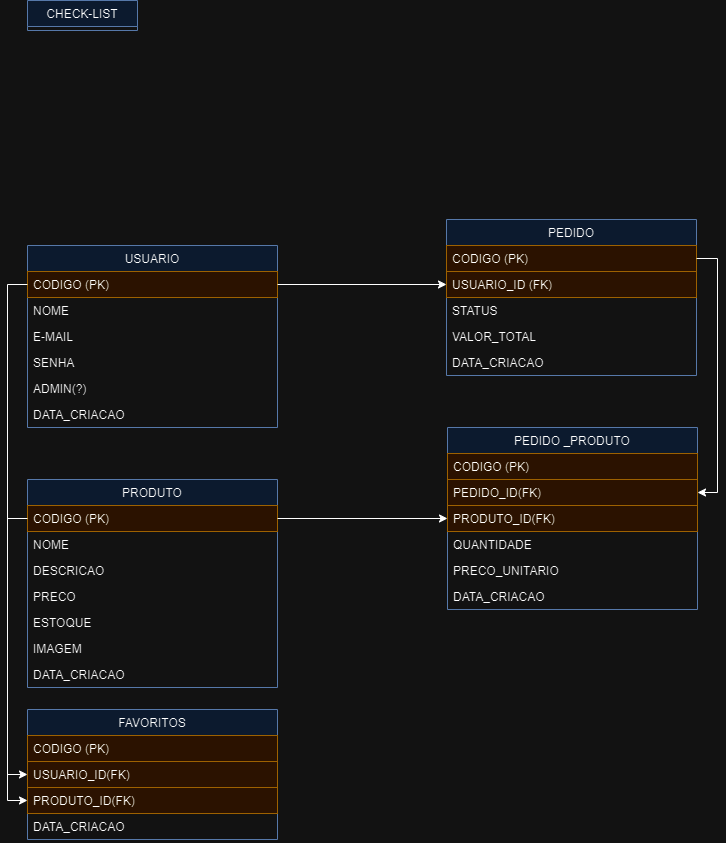
Before: backend/src/database/MODELO-BASE-DE-DADOS.png, a diagram exported from draw.io (CesarDanilo/ecommerce). Source tidied: cells renumbered, new cells last; positions are measured from the earlier drawing's top-left corner, leaving out a move shared by most shapes. The source it was exported from:
```xml
<mxGraphModel>
  <root>
    <mxCell id="0" />
    <mxCell id="1" parent="0" />
    <mxCell id="2" value="CHECK-LIST" style="swimlane;fontStyle=0;horizontal=1;startSize=26;rounded=0;fillColor=#dae8fc;strokeColor=#6c8ebf;" parent="1" vertex="1" collapsed="1">
      <mxGeometry width="110" height="30" as="geometry" />
    </mxCell>
    <mxCell id="3" value="USUARIO" style="swimlane;fontStyle=0;horizontal=1;startSize=26;rounded=0;fillColor=#dae8fc;strokeColor=#6c8ebf;" parent="1" vertex="1">
      <mxGeometry y="245" width="250" height="182" as="geometry" />
    </mxCell>
    <mxCell id="4" value="CODIGO (PK)" style="text;strokeColor=#d79b00;fillColor=#ffe6cc;align=left;verticalAlign=top;spacingLeft=4;spacingRight=4;overflow=hidden;points=[[0,0.5],[1,0.5]];portConstraint=eastwest;rounded=0;" parent="3" vertex="1">
      <mxGeometry y="26" width="250" height="26" as="geometry" />
    </mxCell>
    <mxCell id="5" value="NOME" style="text;align=left;verticalAlign=top;spacingLeft=4;spacingRight=4;overflow=hidden;rounded=0;" parent="3" vertex="1">
      <mxGeometry y="52" width="250" height="26" as="geometry" />
    </mxCell>
    <mxCell id="6" value="E-MAIL" style="text;align=left;verticalAlign=top;spacingLeft=4;spacingRight=4;overflow=hidden;rounded=0;" parent="3" vertex="1">
      <mxGeometry y="78" width="250" height="26" as="geometry" />
    </mxCell>
    <mxCell id="7" value="SENHA" style="text;align=left;verticalAlign=top;spacingLeft=4;spacingRight=4;overflow=hidden;rounded=0;" parent="3" vertex="1">
      <mxGeometry y="104" width="250" height="26" as="geometry" />
    </mxCell>
    <mxCell id="8" value="ADMIN(?)" style="text;align=left;verticalAlign=top;spacingLeft=4;spacingRight=4;overflow=hidden;rounded=0;" parent="3" vertex="1">
      <mxGeometry y="130" width="250" height="26" as="geometry" />
    </mxCell>
    <mxCell id="9" value="DATA_CRIACAO" style="text;align=left;verticalAlign=top;spacingLeft=4;spacingRight=4;overflow=hidden;rounded=0;" parent="3" vertex="1">
      <mxGeometry y="156" width="250" height="26" as="geometry" />
    </mxCell>
    <mxCell id="10" value="PRODUTO" style="swimlane;fontStyle=0;horizontal=1;startSize=26;rounded=0;fillColor=#dae8fc;strokeColor=#6c8ebf;" parent="1" vertex="1">
      <mxGeometry y="479" width="250" height="208" as="geometry" />
    </mxCell>
    <mxCell id="11" value="CODIGO (PK)" style="text;strokeColor=#d79b00;fillColor=#ffe6cc;align=left;verticalAlign=top;spacingLeft=4;spacingRight=4;overflow=hidden;points=[[0,0.5],[1,0.5]];portConstraint=eastwest;rounded=0;" parent="10" vertex="1">
      <mxGeometry y="26" width="250" height="26" as="geometry" />
    </mxCell>
    <mxCell id="12" value="NOME" style="text;align=left;verticalAlign=top;spacingLeft=4;spacingRight=4;overflow=hidden;rounded=0;" parent="10" vertex="1">
      <mxGeometry y="52" width="250" height="26" as="geometry" />
    </mxCell>
    <mxCell id="13" value="DESCRICAO" style="text;align=left;verticalAlign=top;spacingLeft=4;spacingRight=4;overflow=hidden;rounded=0;" parent="10" vertex="1">
      <mxGeometry y="78" width="250" height="26" as="geometry" />
    </mxCell>
    <mxCell id="14" value="PRECO" style="text;align=left;verticalAlign=top;spacingLeft=4;spacingRight=4;overflow=hidden;rounded=0;" parent="10" vertex="1">
      <mxGeometry y="104" width="250" height="26" as="geometry" />
    </mxCell>
    <mxCell id="15" value="ESTOQUE" style="text;align=left;verticalAlign=top;spacingLeft=4;spacingRight=4;overflow=hidden;rounded=0;" parent="10" vertex="1">
      <mxGeometry y="130" width="250" height="26" as="geometry" />
    </mxCell>
    <mxCell id="16" value="IMAGEM&#10;" style="text;align=left;verticalAlign=top;spacingLeft=4;spacingRight=4;overflow=hidden;rounded=0;" parent="10" vertex="1">
      <mxGeometry y="156" width="250" height="26" as="geometry" />
    </mxCell>
    <mxCell id="17" value="DATA_CRIACAO" style="text;align=left;verticalAlign=top;spacingLeft=4;spacingRight=4;overflow=hidden;rounded=0;" parent="10" vertex="1">
      <mxGeometry y="182" width="250" height="26" as="geometry" />
    </mxCell>
    <mxCell id="18" value="PEDIDO" style="swimlane;fontStyle=0;horizontal=1;startSize=26;rounded=0;fillColor=#dae8fc;strokeColor=#6c8ebf;" parent="1" vertex="1">
      <mxGeometry x="419" y="219" width="250" height="156" as="geometry" />
    </mxCell>
    <mxCell id="19" value="CODIGO (PK)" style="text;strokeColor=#d79b00;fillColor=#ffe6cc;align=left;verticalAlign=top;spacingLeft=4;spacingRight=4;overflow=hidden;points=[[0,0.5],[1,0.5]];portConstraint=eastwest;rounded=0;" parent="18" vertex="1">
      <mxGeometry y="26" width="250" height="26" as="geometry" />
    </mxCell>
    <mxCell id="20" value="USUARIO_ID (FK)" style="text;strokeColor=#d79b00;fillColor=#ffe6cc;align=left;verticalAlign=top;spacingLeft=4;spacingRight=4;overflow=hidden;points=[[0,0.5],[1,0.5]];portConstraint=eastwest;rounded=0;" parent="18" vertex="1">
      <mxGeometry y="52" width="250" height="26" as="geometry" />
    </mxCell>
    <mxCell id="21" value="STATUS" style="text;align=left;verticalAlign=top;spacingLeft=4;spacingRight=4;overflow=hidden;rounded=0;" parent="18" vertex="1">
      <mxGeometry y="78" width="250" height="26" as="geometry" />
    </mxCell>
    <mxCell id="22" value="VALOR_TOTAL" style="text;align=left;verticalAlign=top;spacingLeft=4;spacingRight=4;overflow=hidden;rounded=0;" parent="18" vertex="1">
      <mxGeometry y="104" width="250" height="26" as="geometry" />
    </mxCell>
    <mxCell id="23" value="DATA_CRIACAO" style="text;align=left;verticalAlign=top;spacingLeft=4;spacingRight=4;overflow=hidden;rounded=0;" parent="18" vertex="1">
      <mxGeometry y="130" width="250" height="26" as="geometry" />
    </mxCell>
    <mxCell id="24" value="PEDIDO _PRODUTO" style="swimlane;fontStyle=0;horizontal=1;startSize=26;rounded=0;fillColor=#dae8fc;strokeColor=#6c8ebf;" parent="1" vertex="1">
      <mxGeometry x="420" y="427" width="250" height="182" as="geometry" />
    </mxCell>
    <mxCell id="25" value="CODIGO (PK)" style="text;strokeColor=#d79b00;fillColor=#ffe6cc;align=left;verticalAlign=top;spacingLeft=4;spacingRight=4;overflow=hidden;rounded=0;" parent="24" vertex="1">
      <mxGeometry y="26" width="250" height="26" as="geometry" />
    </mxCell>
    <mxCell id="26" value="PEDIDO_ID(FK)" style="text;strokeColor=#d79b00;fillColor=#ffe6cc;align=left;verticalAlign=top;spacingLeft=4;spacingRight=4;overflow=hidden;points=[[0,0.5],[1,0.5]];portConstraint=eastwest;rounded=0;" parent="24" vertex="1">
      <mxGeometry y="52" width="250" height="26" as="geometry" />
    </mxCell>
    <mxCell id="27" value="PRODUTO_ID(FK)" style="text;strokeColor=#d79b00;fillColor=#ffe6cc;align=left;verticalAlign=top;spacingLeft=4;spacingRight=4;overflow=hidden;rounded=0;" parent="24" vertex="1">
      <mxGeometry y="78" width="250" height="26" as="geometry" />
    </mxCell>
    <mxCell id="28" value="QUANTIDADE" style="text;align=left;verticalAlign=top;spacingLeft=4;spacingRight=4;overflow=hidden;rounded=0;" parent="24" vertex="1">
      <mxGeometry y="104" width="250" height="26" as="geometry" />
    </mxCell>
    <mxCell id="29" value="PRECO_UNITARIO" style="text;align=left;verticalAlign=top;spacingLeft=4;spacingRight=4;overflow=hidden;rounded=0;" parent="24" vertex="1">
      <mxGeometry y="130" width="250" height="26" as="geometry" />
    </mxCell>
    <mxCell id="30" value="DATA_CRIACAO" style="text;align=left;verticalAlign=top;spacingLeft=4;spacingRight=4;overflow=hidden;rounded=0;" parent="24" vertex="1">
      <mxGeometry y="156" width="250" height="26" as="geometry" />
    </mxCell>
    <mxCell id="31" style="edgeStyle=orthogonalEdgeStyle;rounded=0;jettySize=auto;html=1;entryX=0;entryY=0.5;entryDx=0;entryDy=0;" parent="1" edge="1" source="4" target="20">
      <mxGeometry relative="1" as="geometry" />
    </mxCell>
    <mxCell id="32" style="edgeStyle=orthogonalEdgeStyle;rounded=0;jettySize=auto;html=1;entryX=0;entryY=0.5;entryDx=0;entryDy=0;" parent="1" edge="1" source="11" target="24">
      <mxGeometry relative="1" as="geometry" />
    </mxCell>
    <mxCell id="33" style="edgeStyle=orthogonalEdgeStyle;rounded=0;jettySize=auto;html=1;entryX=1;entryY=0.5;entryDx=0;entryDy=0;" parent="1" edge="1" source="19" target="26">
      <mxGeometry relative="1" as="geometry" />
    </mxCell>
    <mxCell id="34" value="FAVORITOS" style="swimlane;fontStyle=0;horizontal=1;startSize=26;rounded=0;fillColor=#dae8fc;strokeColor=#6c8ebf;" parent="1" vertex="1">
      <mxGeometry y="709" width="250" height="130" as="geometry" />
    </mxCell>
    <mxCell id="35" value="CODIGO (PK)" style="text;strokeColor=#d79b00;fillColor=#ffe6cc;align=left;verticalAlign=top;spacingLeft=4;spacingRight=4;overflow=hidden;rounded=0;" parent="34" vertex="1">
      <mxGeometry y="26" width="250" height="26" as="geometry" />
    </mxCell>
    <mxCell id="36" value="USUARIO_ID(FK)" style="text;strokeColor=#d79b00;fillColor=#ffe6cc;align=left;verticalAlign=top;spacingLeft=4;spacingRight=4;overflow=hidden;rounded=0;" parent="34" vertex="1">
      <mxGeometry y="52" width="250" height="26" as="geometry" />
    </mxCell>
    <mxCell id="37" value="PRODUTO_ID(FK)" style="text;strokeColor=#d79b00;fillColor=#ffe6cc;align=left;verticalAlign=top;spacingLeft=4;spacingRight=4;overflow=hidden;points=[[0,0.5],[1,0.5]];portConstraint=eastwest;rounded=0;" parent="34" vertex="1">
      <mxGeometry y="78" width="250" height="26" as="geometry" />
    </mxCell>
    <mxCell id="38" value="DATA_CRIACAO" style="text;align=left;verticalAlign=top;spacingLeft=4;spacingRight=4;overflow=hidden;rounded=0;" parent="34" vertex="1">
      <mxGeometry y="104" width="250" height="26" as="geometry" />
    </mxCell>
    <mxCell id="39" style="edgeStyle=orthogonalEdgeStyle;rounded=0;jettySize=auto;html=1;entryX=0;entryY=0.5;entryDx=0;entryDy=0;" parent="1" edge="1" source="11" target="37">
      <mxGeometry relative="1" as="geometry" />
    </mxCell>
    <mxCell id="40" style="edgeStyle=orthogonalEdgeStyle;rounded=0;jettySize=auto;html=1;entryX=0;entryY=0.5;entryDx=0;entryDy=0;" parent="1" edge="1" source="4" target="34">
      <mxGeometry relative="1" as="geometry" />
    </mxCell>
  </root>
</mxGraphModel>
```
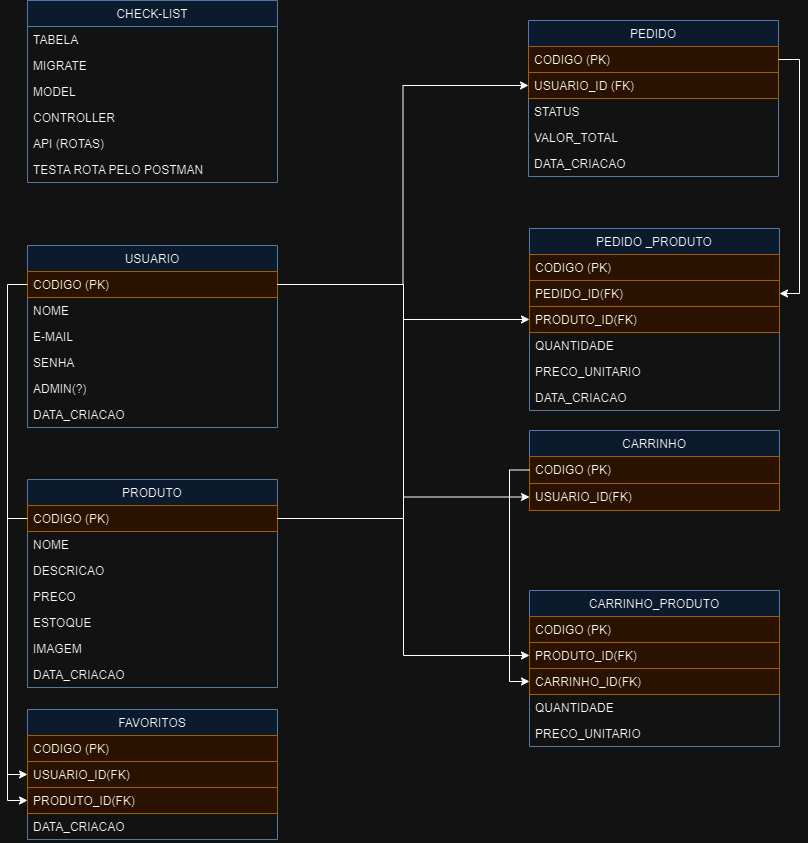
Later version of the same file.

Change to the diagram source:
```diff
@@ -2,9 +2,27 @@
   <root>
     <mxCell id="0" />
     <mxCell id="1" parent="0" />
-    <mxCell id="2" value="CHECK-LIST" style="swimlane;fontStyle=0;horizontal=1;startSize=26;rounded=0;fillColor=#dae8fc;strokeColor=#6c8ebf;" parent="1" vertex="1" collapsed="1">
-      <mxGeometry width="110" height="30" as="geometry" />
+    <mxCell id="2" value="CHECK-LIST" style="swimlane;fontStyle=0;horizontal=1;startSize=26;rounded=0;fillColor=#dae8fc;strokeColor=#6c8ebf;" parent="1" vertex="1">
+      <mxGeometry width="250" height="182" as="geometry" />
     </mxCell>
+    <mxCell id="41" value="TABELA" style="text;align=left;verticalAlign=top;spacingLeft=4;spacingRight=4;overflow=hidden;rounded=0;" parent="2" vertex="1">
+      <mxGeometry y="26" width="250" height="26" as="geometry" />
+    </mxCell>
+    <mxCell id="42" value="MIGRATE" style="text;align=left;verticalAlign=top;spacingLeft=4;spacingRight=4;overflow=hidden;rounded=0;" parent="2" vertex="1">
+      <mxGeometry y="52" width="250" height="26" as="geometry" />
+    </mxCell>
+    <mxCell id="43" value="MODEL" style="text;align=left;verticalAlign=top;spacingLeft=4;spacingRight=4;overflow=hidden;rounded=0;" parent="2" vertex="1">
+      <mxGeometry y="78" width="250" height="26" as="geometry" />
+    </mxCell>
+    <mxCell id="44" value="CONTROLLER" style="text;align=left;verticalAlign=top;spacingLeft=4;spacingRight=4;overflow=hidden;rounded=0;" parent="2" vertex="1">
+      <mxGeometry y="104" width="250" height="26" as="geometry" />
+    </mxCell>
+    <mxCell id="45" value="API (ROTAS)" style="text;align=left;verticalAlign=top;spacingLeft=4;spacingRight=4;overflow=hidden;rounded=0;" parent="2" vertex="1">
+      <mxGeometry y="130" width="250" height="26" as="geometry" />
+    </mxCell>
+    <mxCell id="46" value="TESTA ROTA PELO POSTMAN" style="text;align=left;verticalAlign=top;spacingLeft=4;spacingRight=4;overflow=hidden;rounded=0;" parent="2" vertex="1">
+      <mxGeometry y="156" width="250" height="26" as="geometry" />
+    </mxCell>
     <mxCell id="3" value="USUARIO" style="swimlane;fontStyle=0;horizontal=1;startSize=26;rounded=0;fillColor=#dae8fc;strokeColor=#6c8ebf;" parent="1" vertex="1">
       <mxGeometry y="245" width="250" height="182" as="geometry" />
     </mxCell>
@@ -51,7 +69,7 @@
       <mxGeometry y="182" width="250" height="26" as="geometry" />
     </mxCell>
     <mxCell id="18" value="PEDIDO" style="swimlane;fontStyle=0;horizontal=1;startSize=26;rounded=0;fillColor=#dae8fc;strokeColor=#6c8ebf;" parent="1" vertex="1">
-      <mxGeometry x="419" y="219" width="250" height="156" as="geometry" />
+      <mxGeometry x="501" y="20" width="250" height="156" as="geometry" />
     </mxCell>
     <mxCell id="19" value="CODIGO (PK)" style="text;strokeColor=#d79b00;fillColor=#ffe6cc;align=left;verticalAlign=top;spacingLeft=4;spacingRight=4;overflow=hidden;points=[[0,0.5],[1,0.5]];portConstraint=eastwest;rounded=0;" parent="18" vertex="1">
       <mxGeometry y="26" width="250" height="26" as="geometry" />
@@ -69,7 +87,7 @@
       <mxGeometry y="130" width="250" height="26" as="geometry" />
     </mxCell>
     <mxCell id="24" value="PEDIDO _PRODUTO" style="swimlane;fontStyle=0;horizontal=1;startSize=26;rounded=0;fillColor=#dae8fc;strokeColor=#6c8ebf;" parent="1" vertex="1">
-      <mxGeometry x="420" y="427" width="250" height="182" as="geometry" />
+      <mxGeometry x="502" y="228" width="250" height="182" as="geometry" />
     </mxCell>
     <mxCell id="25" value="CODIGO (PK)" style="text;strokeColor=#d79b00;fillColor=#ffe6cc;align=left;verticalAlign=top;spacingLeft=4;spacingRight=4;overflow=hidden;rounded=0;" parent="24" vertex="1">
       <mxGeometry y="26" width="250" height="26" as="geometry" />
@@ -119,5 +137,41 @@
     <mxCell id="40" style="edgeStyle=orthogonalEdgeStyle;rounded=0;jettySize=auto;html=1;entryX=0;entryY=0.5;entryDx=0;entryDy=0;" parent="1" edge="1" source="4" target="34">
       <mxGeometry relative="1" as="geometry" />
     </mxCell>
+    <mxCell id="47" value="CARRINHO" style="swimlane;fontStyle=0;horizontal=1;startSize=26;rounded=0;fillColor=#dae8fc;strokeColor=#6c8ebf;" parent="1" vertex="1">
+      <mxGeometry x="502" y="430" width="250" height="80" as="geometry" />
+    </mxCell>
+    <mxCell id="48" value="CODIGO (PK)" style="text;strokeColor=#d79b00;fillColor=#ffe6cc;align=left;verticalAlign=top;spacingLeft=4;spacingRight=4;overflow=hidden;points=[[0,0.5],[1,0.5]];portConstraint=eastwest;rounded=0;" parent="47" vertex="1">
+      <mxGeometry y="26" width="250" height="27" as="geometry" />
+    </mxCell>
+    <mxCell id="49" value="USUARIO_ID(FK)" style="text;strokeColor=#d79b00;fillColor=#ffe6cc;align=left;verticalAlign=top;spacingLeft=4;spacingRight=4;overflow=hidden;points=[[0,0.5],[1,0.5]];portConstraint=eastwest;rounded=0;" parent="47" vertex="1">
+      <mxGeometry y="53" width="250" height="27" as="geometry" />
+    </mxCell>
+    <mxCell id="50" value="CARRINHO_PRODUTO" style="swimlane;fontStyle=0;horizontal=1;startSize=26;rounded=0;fillColor=#dae8fc;strokeColor=#6c8ebf;" parent="1" vertex="1">
+      <mxGeometry x="502" y="590" width="250" height="156" as="geometry" />
+    </mxCell>
+    <mxCell id="51" value="CODIGO (PK)" style="text;strokeColor=#d79b00;fillColor=#ffe6cc;align=left;verticalAlign=top;spacingLeft=4;spacingRight=4;overflow=hidden;rounded=0;" parent="50" vertex="1">
+      <mxGeometry y="26" width="250" height="26" as="geometry" />
+    </mxCell>
+    <mxCell id="52" value="PRODUTO_ID(FK)" style="text;strokeColor=#d79b00;fillColor=#ffe6cc;align=left;verticalAlign=top;spacingLeft=4;spacingRight=4;overflow=hidden;points=[[0,0.5],[1,0.5]];portConstraint=eastwest;rounded=0;" parent="50" vertex="1">
+      <mxGeometry y="52" width="250" height="26" as="geometry" />
+    </mxCell>
+    <mxCell id="53" value="CARRINHO_ID(FK)" style="text;strokeColor=#d79b00;fillColor=#ffe6cc;align=left;verticalAlign=top;spacingLeft=4;spacingRight=4;overflow=hidden;points=[[0,0.5],[1,0.5]];portConstraint=eastwest;rounded=0;" parent="50" vertex="1">
+      <mxGeometry y="78" width="250" height="26" as="geometry" />
+    </mxCell>
+    <mxCell id="54" value="QUANTIDADE" style="text;align=left;verticalAlign=top;spacingLeft=4;spacingRight=4;overflow=hidden;rounded=0;" parent="50" vertex="1">
+      <mxGeometry y="104" width="250" height="26" as="geometry" />
+    </mxCell>
+    <mxCell id="55" value="PRECO_UNITARIO" style="text;align=left;verticalAlign=top;spacingLeft=4;spacingRight=4;overflow=hidden;rounded=0;" parent="50" vertex="1">
+      <mxGeometry y="130" width="250" height="26" as="geometry" />
+    </mxCell>
+    <mxCell id="56" style="edgeStyle=orthogonalEdgeStyle;rounded=0;jettySize=auto;html=1;entryX=0;entryY=0.5;entryDx=0;entryDy=0;" parent="1" edge="1" source="11" target="52">
+      <mxGeometry relative="1" as="geometry" />
+    </mxCell>
+    <mxCell id="57" style="edgeStyle=orthogonalEdgeStyle;rounded=0;jettySize=auto;html=1;entryX=0;entryY=0.5;entryDx=0;entryDy=0;" parent="1" edge="1" source="48" target="53">
+      <mxGeometry relative="1" as="geometry" />
+    </mxCell>
+    <mxCell id="58" style="edgeStyle=orthogonalEdgeStyle;rounded=0;jettySize=auto;html=1;entryX=0;entryY=0.5;entryDx=0;entryDy=0;" parent="1" edge="1" source="4" target="49">
+      <mxGeometry relative="1" as="geometry" />
+    </mxCell>
   </root>
 </mxGraphModel>
```
